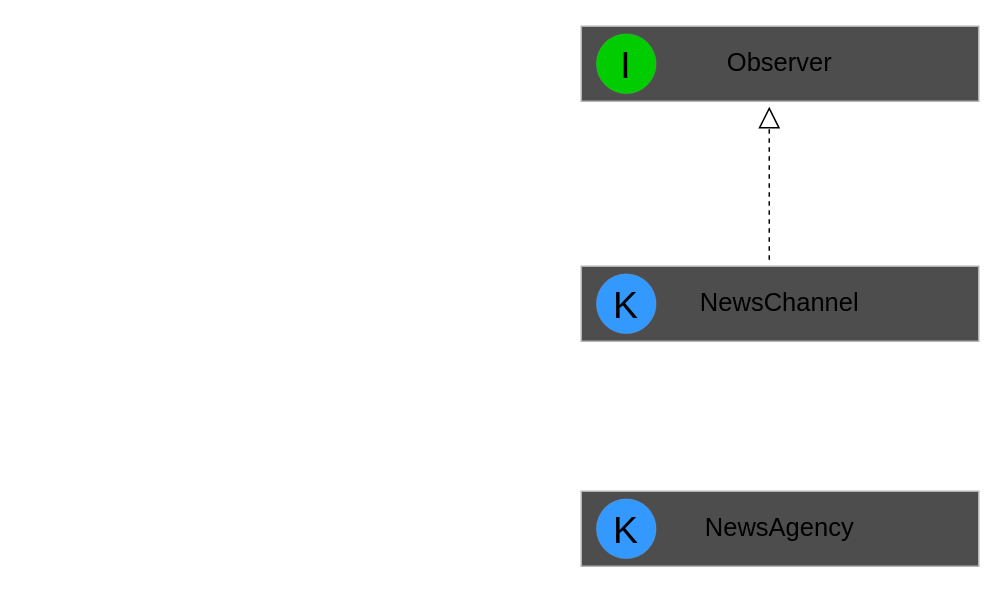
Before: src/main/java/com/splab/patterns/behavioralPatterns/observer/obs.drawio in Sava175/SpLab, a draw.io diagram. Source tidied: cells renumbered, new cells numbered last; positions are measured from the earlier drawing's top-left corner, leaving out a move shared by most shapes. Both pictures are drawn from the tidied source at 150%, with x=0, y=0 at pixel (580, 26).
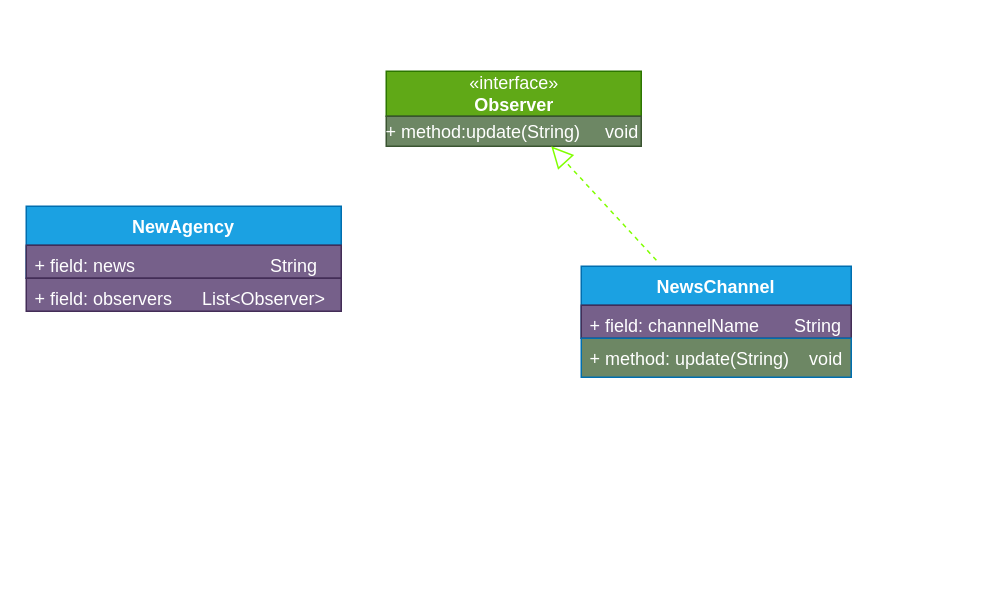
The same page after the edit.

Change to the diagram source:
```diff
@@
 <mxGraphModel>
   <root>
     <mxCell id="0" />
     <mxCell id="1" parent="0" />
-    <mxCell id="2" value="&lt;span style=&quot;font-size: 17px;&quot;&gt;Observer&lt;/span&gt;" style="rounded=0;whiteSpace=wrap;html=1;fillColor=#4D4D4D;align=center;strokeColor=#B3B3B3;" parent="1" vertex="1">
-      <mxGeometry width="265" height="50" as="geometry" />
-    </mxCell>
-    <mxCell id="3" value="I" style="ellipse;whiteSpace=wrap;html=1;strokeColor=#B3B3B3;strokeWidth=0;fontSize=25;fontColor=#000000;fillColor=#00CC00;" parent="1" vertex="1">
-      <mxGeometry x="10" y="5" width="40" height="40" as="geometry" />
-    </mxCell>
+    <mxCell id="9" value="«interface»&lt;br&gt;&lt;b&gt;Observer&lt;/b&gt;" style="html=1;fillColor=#60a917;fontColor=#ffffff;strokeColor=#2D7600;" parent="1" vertex="1">
+      <mxGeometry x="-130" y="30" width="170" height="30" as="geometry" />
+    </mxCell>
+    <mxCell id="10" value="&lt;p style=&quot;margin: 4px 0px 0px;&quot;&gt;+ method:update(String)&amp;nbsp; &amp;nbsp; &amp;nbsp;void&lt;br&gt;&lt;br&gt;&lt;/p&gt;" style="verticalAlign=top;align=left;overflow=fill;fontSize=12;fontFamily=Helvetica;html=1;fillColor=#6d8764;fontColor=#ffffff;strokeColor=#3A5431;" parent="1" vertex="1">
+      <mxGeometry x="-130" y="60" width="170" height="20" as="geometry" />
+    </mxCell>
-    <mxCell id="4" value="&lt;font style=&quot;font-size: 17px;&quot;&gt;NewsChannel&lt;/font&gt;" style="rounded=0;whiteSpace=wrap;html=1;fillColor=#4D4D4D;align=center;strokeColor=#B3B3B3;" parent="1" vertex="1">
-      <mxGeometry y="160" width="265" height="50" as="geometry" />
+    <mxCell id="4" value="NewsChannel" style="swimlane;fontStyle=1;align=center;verticalAlign=top;horizontal=1;startSize=26;fillColor=#1ba1e2;fontColor=#ffffff;strokeColor=#006EAF;" parent="1" vertex="1">
+      <mxGeometry y="160" width="180" height="48" as="geometry" />
     </mxCell>
-    <mxCell id="5" value="K" style="ellipse;whiteSpace=wrap;html=1;strokeColor=#B3B3B3;strokeWidth=0;fontSize=25;fontColor=#000000;fillColor=#3399FF;" parent="1" vertex="1">
-      <mxGeometry x="10" y="165" width="40" height="40" as="geometry" />
-    </mxCell>
-    <mxCell id="6" value="&lt;font style=&quot;font-size: 17px;&quot;&gt;NewsAgency&lt;/font&gt;" style="rounded=0;whiteSpace=wrap;html=1;fillColor=#4D4D4D;align=center;strokeColor=#B3B3B3;" parent="1" vertex="1">
-      <mxGeometry y="310" width="265" height="50" as="geometry" />
-    </mxCell>
-    <mxCell id="7" value="K" style="ellipse;whiteSpace=wrap;html=1;strokeColor=#B3B3B3;strokeWidth=0;fontSize=25;fontColor=#000000;fillColor=#3399FF;" parent="1" vertex="1">
-      <mxGeometry x="10" y="315" width="40" height="40" as="geometry" />
-    </mxCell>
-    <mxCell id="8" style="endArrow=block;dashed=1;endFill=0;endSize=12;html=1;rounded=0;entryX=0.473;entryY=1.072;entryDx=0;entryDy=0;entryPerimeter=0;exitX=0.473;exitY=-0.088;exitDx=0;exitDy=0;exitPerimeter=0;" parent="1" edge="1" source="4" target="2">
-      <mxGeometry relative="1" as="geometry" />
-    </mxCell>
+    <mxCell id="11" value="+ field: channelName       String" style="text;strokeColor=#432D57;fillColor=#76608a;align=left;verticalAlign=top;spacingLeft=4;spacingRight=4;overflow=hidden;fontColor=#ffffff;" parent="4" vertex="1">
+      <mxGeometry y="26" width="180" height="22" as="geometry" />
+    </mxCell>
+    <mxCell id="12" value="+ method: update(String)    void" style="text;strokeColor=#006EAF;fillColor=#6D8764;align=left;verticalAlign=top;spacingLeft=4;spacingRight=4;overflow=hidden;fontColor=#FFFFFF;" parent="1" vertex="1">
+      <mxGeometry y="208" width="180" height="26" as="geometry" />
+    </mxCell>
+    <mxCell id="13" value="NewAgency" style="swimlane;fontStyle=1;align=center;verticalAlign=top;horizontal=1;startSize=26;fillColor=#1ba1e2;fontColor=#ffffff;strokeColor=#006EAF;" parent="1" vertex="1">
+      <mxGeometry x="-370" y="120" width="210" height="48" as="geometry" />
+    </mxCell>
+    <mxCell id="14" value="+ field: news                           String" style="text;strokeColor=#432D57;fillColor=#76608a;align=left;verticalAlign=top;spacingLeft=4;spacingRight=4;overflow=hidden;fontColor=#ffffff;" parent="13" vertex="1">
+      <mxGeometry y="26" width="210" height="22" as="geometry" />
+    </mxCell>
+    <mxCell id="15" value="+ field: observers      List&lt;Observer&gt;" style="text;strokeColor=#432D57;fillColor=#76608a;align=left;verticalAlign=top;spacingLeft=4;spacingRight=4;overflow=hidden;fontColor=#ffffff;" parent="1" vertex="1">
+      <mxGeometry x="-370" y="168" width="210" height="22" as="geometry" />
+    </mxCell>
+    <mxCell id="16" style="endArrow=block;dashed=1;endFill=0;endSize=12;html=1;rounded=0;fillColor=#60a917;strokeColor=#80FF00;" parent="1" edge="1">
+      <mxGeometry relative="1" as="geometry">
+        <mxPoint x="50.1" y="156" as="sourcePoint" />
+        <mxPoint x="-20" y="80" as="targetPoint" />
+        <Array as="points">
+          <mxPoint x="50" y="156.4" />
+        </Array>
+      </mxGeometry>
+    </mxCell>
   </root>
 </mxGraphModel>
```
